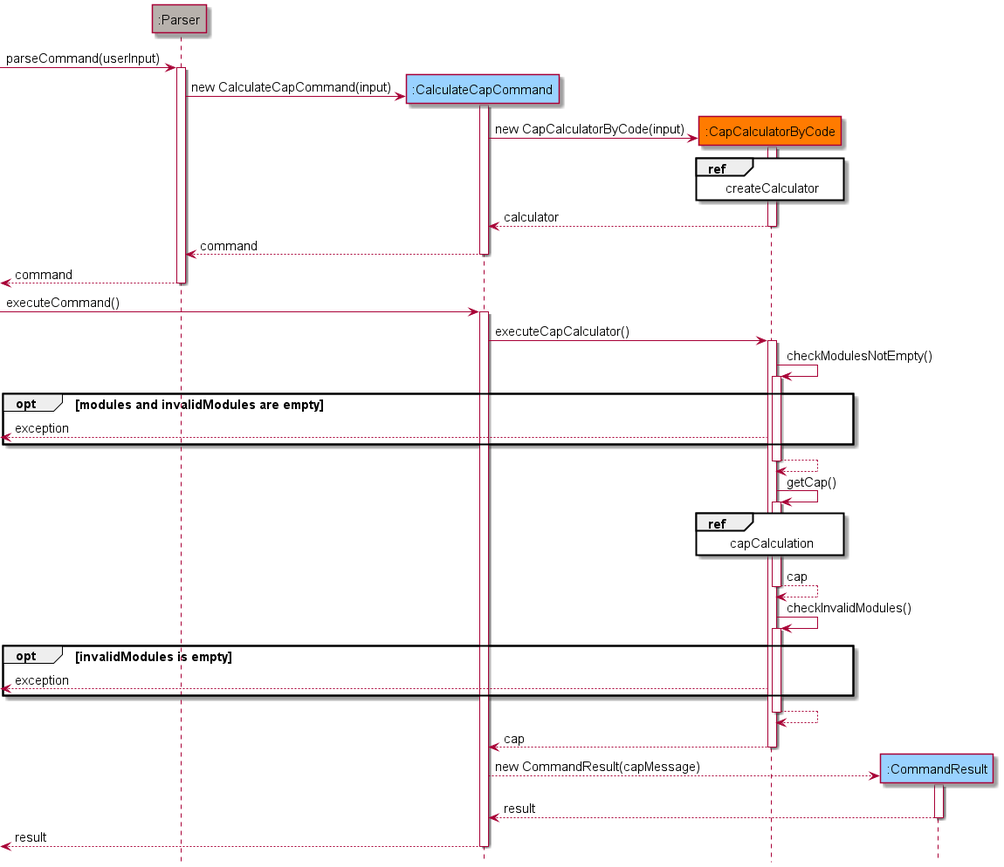
This is docs/assets/images/capCodeSeq1.png from shyamgj1900/tp, a PlantUML export, as it was before one commit. The source it was exported from:
```plantuml
@startuml

!include Style.puml

hide footbox

participant ":Parser" as parser UTIL_COLOR
participant ":CalculateCapCommand" as command COMMANDS_COLOR
participant ":CapCalculatorByCode" as calculator CAPCALCULATOR_COLOR
participant ":CommandResult" as result COMMANDS_COLOR

[->parser : parseCommand(userInput)
activate parser

create command
parser -> command : new CalculateCapCommand(input)
activate command

create calculator
command -> calculator : new CapCalculatorByCode(input)
activate calculator

ref over calculator : createCalculator

calculator --> command : calculator
deactivate calculator

command --> parser : command
deactivate command

parser -->[ : command
deactivate parser

[->command : executeCommand()
activate command

command -> calculator : executeCapCalculator()
activate calculator

calculator -> calculator : checkModulesNotEmpty()
activate calculator

opt modules and invalidModules are empty

calculator -->[ : exception

end

calculator --> calculator
deactivate calculator

calculator -> calculator : getCap()
activate calculator

ref over calculator : capCalculation

calculator --> calculator : cap
deactivate calculator

calculator -> calculator : checkInvalidModules()
activate calculator

opt invalidModules is empty

calculator -->[ : exception

end

calculator --> calculator
deactivate calculator

calculator --> command : cap
deactivate calculator

create result
command --> result : new CommandResult(capMessage)
activate result

result --> command : result
deactivate result

command -->[ : result
deactivate command

@enduml
```
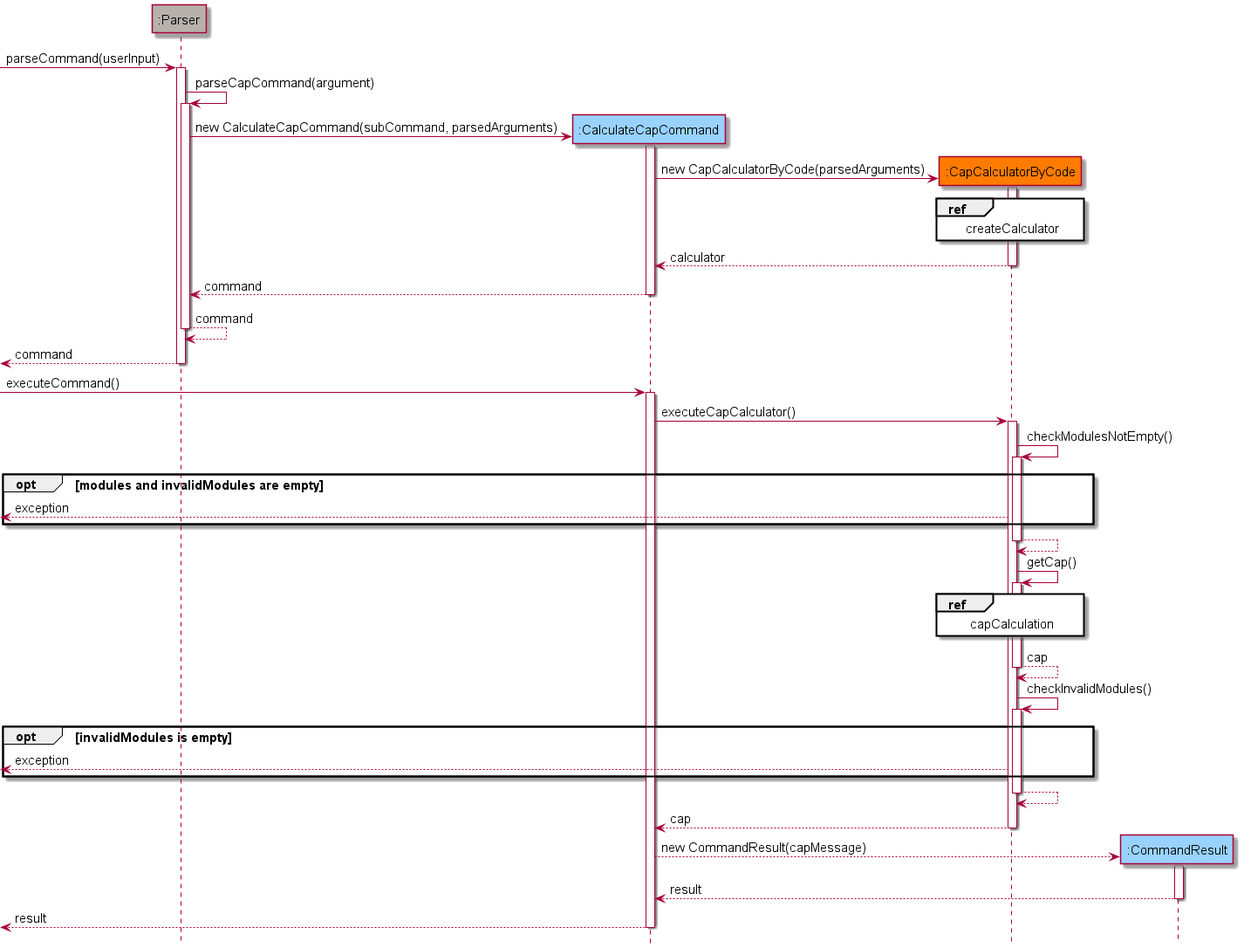
Above is the later version.

Commit message:
Refractor parts of cap calculator into new method in Parser class

Change to the diagram source:
```diff
@@ -12,12 +12,15 @@
 [->parser : parseCommand(userInput)
 activate parser
 
+parser -> parser : parseCapCommand(argument)
+activate parser
+
 create command
-parser -> command : new CalculateCapCommand(input)
+parser -> command : new CalculateCapCommand(subCommand, parsedArguments)
 activate command
 
 create calculator
-command -> calculator : new CapCalculatorByCode(input)
+command -> calculator : new CapCalculatorByCode(parsedArguments)
 activate calculator
 
 ref over calculator : createCalculator
@@ -27,6 +30,9 @@
 
 command --> parser : command
 deactivate command
+
+parser --> parser : command
+deactivate parser
 
 parser -->[ : command
 deactivate parser
```
